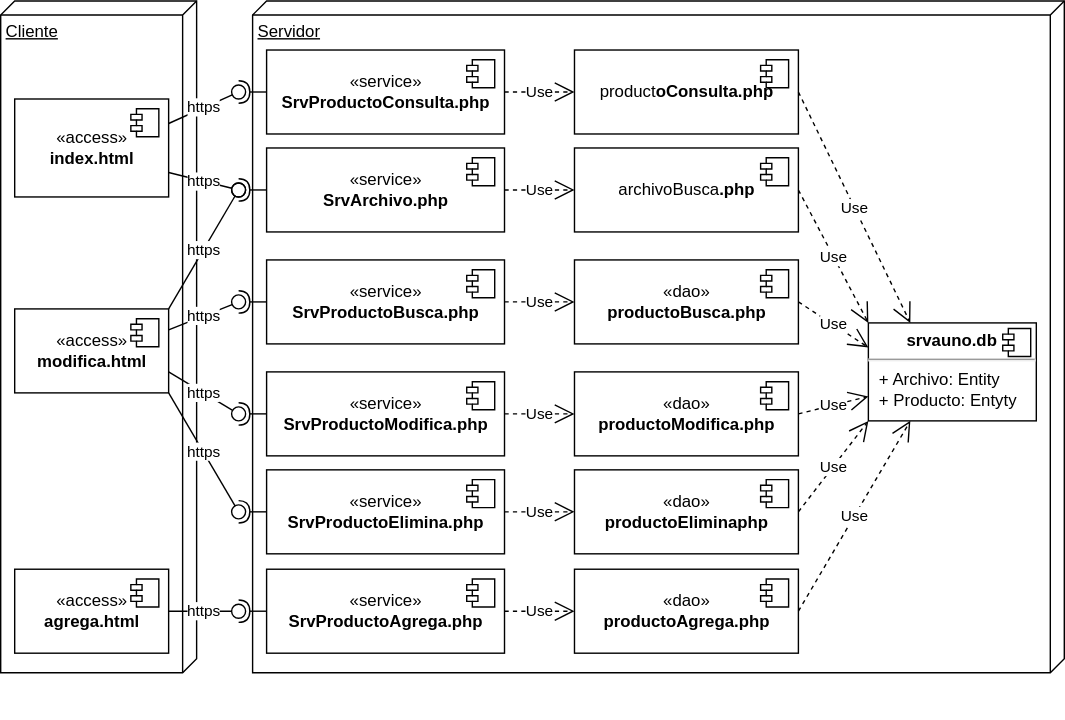
gilpgawoas/gilpgawoas.github.io keeps this draw.io diagram as img/m20archivos/archivosdeploy.drawio.svg. Above is the earlier version. Source tidied: cells renumbered, new cells last; positions are measured from the earlier drawing's top-left corner, leaving out a move shared by most shapes. Source of this version:
```xml
<mxGraphModel>
  <root>
    <mxCell id="0" />
    <mxCell id="1" parent="0" />
    <mxCell id="2" value="Cliente" style="verticalAlign=top;align=left;spacingTop=8;spacingLeft=2;spacingRight=12;shape=cube;size=10;direction=south;fontStyle=4;html=1;" parent="1" vertex="1">
      <mxGeometry width="140" height="480" as="geometry" />
    </mxCell>
    <mxCell id="3" value="Servidor" style="verticalAlign=top;align=left;spacingTop=8;spacingLeft=2;spacingRight=12;shape=cube;size=10;direction=south;fontStyle=4;html=1;" parent="1" vertex="1">
      <mxGeometry x="180" width="580" height="480" as="geometry" />
    </mxCell>
    <mxCell id="4" value="«access»&lt;br&gt;&lt;b&gt;index.html&lt;/b&gt;" style="html=1;" parent="1" vertex="1">
      <mxGeometry x="10" y="70" width="110" height="70" as="geometry" />
    </mxCell>
    <mxCell id="5" style="shape=module;jettyWidth=8;jettyHeight=4;" parent="4" vertex="1">
      <mxGeometry x="1" width="20" height="20" relative="1" as="geometry">
        <mxPoint x="-27" y="7" as="offset" />
      </mxGeometry>
    </mxCell>
    <mxCell id="6" value="«service»&lt;br&gt;&lt;b&gt;SrvProductoConsulta.php&lt;/b&gt;" style="html=1;" parent="1" vertex="1">
      <mxGeometry x="190" y="35" width="170" height="60" as="geometry" />
    </mxCell>
    <mxCell id="7" style="shape=module;jettyWidth=8;jettyHeight=4;" parent="6" vertex="1">
      <mxGeometry x="1" width="20" height="20" relative="1" as="geometry">
        <mxPoint x="-27" y="7" as="offset" />
      </mxGeometry>
    </mxCell>
    <mxCell id="8" value="«dao»&lt;br&gt;&lt;b&gt;productoAgrega.php&lt;/b&gt;" style="html=1;" parent="1" vertex="1">
      <mxGeometry x="410" y="406" width="160" height="60" as="geometry" />
    </mxCell>
    <mxCell id="9" style="shape=module;jettyWidth=8;jettyHeight=4;" parent="8" vertex="1">
      <mxGeometry x="1" width="20" height="20" relative="1" as="geometry">
        <mxPoint x="-27" y="7" as="offset" />
      </mxGeometry>
    </mxCell>
    <mxCell id="10" value="Use" style="endArrow=open;endSize=12;dashed=1;html=1;rounded=0;entryX=0;entryY=0.5;entryDx=0;entryDy=0;exitX=1;exitY=0.5;exitDx=0;exitDy=0;" parent="1" edge="1" source="6" target="26">
      <mxGeometry relative="1" as="geometry" />
    </mxCell>
    <mxCell id="11" value="Use" style="endArrow=open;endSize=12;dashed=1;html=1;rounded=0;exitX=1;exitY=0.5;exitDx=0;exitDy=0;entryX=0.25;entryY=1;entryDx=0;entryDy=0;" parent="1" edge="1" source="8" target="12">
      <mxGeometry relative="1" as="geometry" />
    </mxCell>
    <mxCell id="12" value="&lt;p style=&quot;margin:0px;margin-top:6px;text-align:center;&quot;&gt;&lt;b&gt;srvauno.db&lt;/b&gt;&lt;/p&gt;&lt;hr&gt;&lt;p style=&quot;margin:0px;margin-left:8px;&quot;&gt;+ Archivo: Entity&lt;/p&gt;&lt;p style=&quot;margin:0px;margin-left:8px;&quot;&gt;+ Producto: Entyty&lt;/p&gt;" style="align=left;overflow=fill;html=1;" parent="1" vertex="1">
      <mxGeometry x="620" y="230" width="120" height="70" as="geometry" />
    </mxCell>
    <mxCell id="13" style="shape=component;jettyWidth=8;jettyHeight=4;" parent="12" vertex="1">
      <mxGeometry x="1" width="20" height="20" relative="1" as="geometry">
        <mxPoint x="-24" y="4" as="offset" />
      </mxGeometry>
    </mxCell>
    <mxCell id="14" value="«dao»&lt;br&gt;&lt;b&gt;productoBusca.php&lt;/b&gt;" style="html=1;" parent="1" vertex="1">
      <mxGeometry x="410" y="185" width="160" height="60" as="geometry" />
    </mxCell>
    <mxCell id="15" style="shape=module;jettyWidth=8;jettyHeight=4;" parent="14" vertex="1">
      <mxGeometry x="1" width="20" height="20" relative="1" as="geometry">
        <mxPoint x="-27" y="7" as="offset" />
      </mxGeometry>
    </mxCell>
    <mxCell id="16" value="«dao»&lt;br&gt;&lt;b&gt;productoEliminaphp&lt;/b&gt;" style="html=1;" parent="1" vertex="1">
      <mxGeometry x="410" y="335" width="160" height="60" as="geometry" />
    </mxCell>
    <mxCell id="17" style="shape=module;jettyWidth=8;jettyHeight=4;" parent="16" vertex="1">
      <mxGeometry x="1" width="20" height="20" relative="1" as="geometry">
        <mxPoint x="-27" y="7" as="offset" />
      </mxGeometry>
    </mxCell>
    <mxCell id="18" value="Use" style="endArrow=open;endSize=12;dashed=1;html=1;rounded=0;exitX=1;exitY=0.5;exitDx=0;exitDy=0;entryX=0;entryY=0.25;entryDx=0;entryDy=0;" parent="1" edge="1" source="14" target="12">
      <mxGeometry relative="1" as="geometry" />
    </mxCell>
    <mxCell id="19" value="Use" style="endArrow=open;endSize=12;dashed=1;html=1;rounded=0;exitX=1;exitY=0.5;exitDx=0;exitDy=0;entryX=0;entryY=1;entryDx=0;entryDy=0;" parent="1" edge="1" source="16" target="12">
      <mxGeometry relative="1" as="geometry" />
    </mxCell>
    <mxCell id="20" value="Use" style="endArrow=open;endSize=12;dashed=1;html=1;rounded=0;entryX=0;entryY=0.5;entryDx=0;entryDy=0;exitX=1;exitY=0.5;exitDx=0;exitDy=0;" parent="1" edge="1" source="30" target="16">
      <mxGeometry relative="1" as="geometry" />
    </mxCell>
    <mxCell id="21" value="Use" style="endArrow=open;endSize=12;dashed=1;html=1;rounded=0;entryX=0;entryY=0.5;entryDx=0;entryDy=0;exitX=1;exitY=0.5;exitDx=0;exitDy=0;" parent="1" edge="1" source="32" target="8">
      <mxGeometry relative="1" as="geometry" />
    </mxCell>
    <mxCell id="22" value="«access»&lt;br&gt;&lt;b&gt;agrega.html&lt;/b&gt;" style="html=1;" parent="1" vertex="1">
      <mxGeometry x="10" y="406" width="110" height="60" as="geometry" />
    </mxCell>
    <mxCell id="23" style="shape=module;jettyWidth=8;jettyHeight=4;" parent="22" vertex="1">
      <mxGeometry x="1" width="20" height="20" relative="1" as="geometry">
        <mxPoint x="-27" y="7" as="offset" />
      </mxGeometry>
    </mxCell>
    <mxCell id="24" value="«access»&lt;br&gt;&lt;b&gt;modifica.html&lt;/b&gt;" style="html=1;" parent="1" vertex="1">
      <mxGeometry x="10" y="220" width="110" height="60" as="geometry" />
    </mxCell>
    <mxCell id="25" style="shape=module;jettyWidth=8;jettyHeight=4;" parent="24" vertex="1">
      <mxGeometry x="1" width="20" height="20" relative="1" as="geometry">
        <mxPoint x="-27" y="7" as="offset" />
      </mxGeometry>
    </mxCell>
    <mxCell id="26" value="product&lt;b&gt;oConsulta.php&lt;/b&gt;" style="html=1;" parent="1" vertex="1">
      <mxGeometry x="410" y="35" width="160" height="60" as="geometry" />
    </mxCell>
    <mxCell id="27" style="shape=module;jettyWidth=8;jettyHeight=4;" parent="26" vertex="1">
      <mxGeometry x="1" width="20" height="20" relative="1" as="geometry">
        <mxPoint x="-27" y="7" as="offset" />
      </mxGeometry>
    </mxCell>
    <mxCell id="28" value="«service»&lt;br&gt;&lt;b&gt;SrvProductoBusca&lt;/b&gt;&lt;b&gt;.php&lt;/b&gt;" style="html=1;" parent="1" vertex="1">
      <mxGeometry x="190" y="185" width="170" height="60" as="geometry" />
    </mxCell>
    <mxCell id="29" style="shape=module;jettyWidth=8;jettyHeight=4;" parent="28" vertex="1">
      <mxGeometry x="1" width="20" height="20" relative="1" as="geometry">
        <mxPoint x="-27" y="7" as="offset" />
      </mxGeometry>
    </mxCell>
    <mxCell id="30" value="«service»&lt;br&gt;&lt;b&gt;SrvProductoElimina&lt;/b&gt;&lt;b&gt;.php&lt;/b&gt;" style="html=1;" parent="1" vertex="1">
      <mxGeometry x="190" y="335" width="170" height="60" as="geometry" />
    </mxCell>
    <mxCell id="31" style="shape=module;jettyWidth=8;jettyHeight=4;" parent="30" vertex="1">
      <mxGeometry x="1" width="20" height="20" relative="1" as="geometry">
        <mxPoint x="-27" y="7" as="offset" />
      </mxGeometry>
    </mxCell>
    <mxCell id="32" value="«service»&lt;br&gt;&lt;b&gt;SrvProductoAgreg&lt;/b&gt;&lt;b&gt;a.php&lt;/b&gt;" style="html=1;" parent="1" vertex="1">
      <mxGeometry x="190" y="406" width="170" height="60" as="geometry" />
    </mxCell>
    <mxCell id="33" style="shape=module;jettyWidth=8;jettyHeight=4;" parent="32" vertex="1">
      <mxGeometry x="1" width="20" height="20" relative="1" as="geometry">
        <mxPoint x="-27" y="7" as="offset" />
      </mxGeometry>
    </mxCell>
    <mxCell id="34" value="Use" style="endArrow=open;endSize=12;dashed=1;html=1;rounded=0;entryX=0;entryY=0.5;entryDx=0;entryDy=0;exitX=1;exitY=0.5;exitDx=0;exitDy=0;" parent="1" edge="1" source="28" target="14">
      <mxGeometry relative="1" as="geometry" />
    </mxCell>
    <mxCell id="35" value="Use" style="endArrow=open;endSize=12;dashed=1;html=1;rounded=0;exitX=1;exitY=0.5;exitDx=0;exitDy=0;entryX=0.25;entryY=0;entryDx=0;entryDy=0;" parent="1" edge="1" source="26" target="12">
      <mxGeometry relative="1" as="geometry" />
    </mxCell>
    <mxCell id="36" style="rounded=0;orthogonalLoop=1;jettySize=auto;html=1;endArrow=halfCircle;endFill=0;endSize=6;strokeWidth=1;sketch=0;exitX=0;exitY=0.5;exitDx=0;exitDy=0;" parent="1" edge="1">
      <mxGeometry relative="1" as="geometry">
        <mxPoint x="160" y="505" as="sourcePoint" />
        <mxPoint x="160" y="505" as="targetPoint" />
      </mxGeometry>
    </mxCell>
    <mxCell id="37" value="«service»&lt;br&gt;&lt;b&gt;SrvProductoModifica&lt;/b&gt;&lt;b&gt;.php&lt;/b&gt;" style="html=1;" parent="1" vertex="1">
      <mxGeometry x="190" y="265" width="170" height="60" as="geometry" />
    </mxCell>
    <mxCell id="38" style="shape=module;jettyWidth=8;jettyHeight=4;" parent="37" vertex="1">
      <mxGeometry x="1" width="20" height="20" relative="1" as="geometry">
        <mxPoint x="-27" y="7" as="offset" />
      </mxGeometry>
    </mxCell>
    <mxCell id="39" value="«dao»&lt;br&gt;&lt;b&gt;productoModifica.php&lt;/b&gt;" style="html=1;" parent="1" vertex="1">
      <mxGeometry x="410" y="265" width="160" height="60" as="geometry" />
    </mxCell>
    <mxCell id="40" style="shape=module;jettyWidth=8;jettyHeight=4;" parent="39" vertex="1">
      <mxGeometry x="1" width="20" height="20" relative="1" as="geometry">
        <mxPoint x="-27" y="7" as="offset" />
      </mxGeometry>
    </mxCell>
    <mxCell id="41" value="Use" style="endArrow=open;endSize=12;dashed=1;html=1;rounded=0;exitX=1;exitY=0.5;exitDx=0;exitDy=0;entryX=0;entryY=0.75;entryDx=0;entryDy=0;" parent="1" edge="1" source="39" target="12">
      <mxGeometry relative="1" as="geometry" />
    </mxCell>
    <mxCell id="42" value="Use" style="endArrow=open;endSize=12;dashed=1;html=1;rounded=0;entryX=0;entryY=0.5;entryDx=0;entryDy=0;exitX=1;exitY=0.5;exitDx=0;exitDy=0;" parent="1" edge="1" source="37" target="39">
      <mxGeometry relative="1" as="geometry" />
    </mxCell>
    <mxCell id="43" style="ellipse;whiteSpace=wrap;html=1;align=center;fillColor=none;strokeColor=none;perimeter=centerPerimeter;" parent="1" vertex="1">
      <mxGeometry x="385" y="485" width="10" height="10" as="geometry" />
    </mxCell>
    <mxCell id="44" style="ellipse;whiteSpace=wrap;html=1;align=center;fillColor=none;strokeColor=none;perimeter=centerPerimeter;" parent="1" vertex="1">
      <mxGeometry x="385" y="485" width="10" height="10" as="geometry" />
    </mxCell>
    <mxCell id="45" style="ellipse;whiteSpace=wrap;html=1;align=center;fillColor=none;strokeColor=none;perimeter=centerPerimeter;" parent="1" vertex="1">
      <mxGeometry x="385" y="485" width="10" height="10" as="geometry" />
    </mxCell>
    <mxCell id="46" style="ellipse;whiteSpace=wrap;html=1;align=center;fillColor=none;strokeColor=none;perimeter=centerPerimeter;" parent="1" vertex="1">
      <mxGeometry x="385" y="485" width="10" height="10" as="geometry" />
    </mxCell>
    <mxCell id="47" style="ellipse;whiteSpace=wrap;html=1;align=center;fillColor=none;strokeColor=none;perimeter=centerPerimeter;" parent="1" vertex="1">
      <mxGeometry x="385" y="485" width="10" height="10" as="geometry" />
    </mxCell>
    <mxCell id="48" value="«service»&lt;br&gt;&lt;b&gt;SrvArchivo.php&lt;/b&gt;" style="html=1;" parent="1" vertex="1">
      <mxGeometry x="190" y="105" width="170" height="60" as="geometry" />
    </mxCell>
    <mxCell id="49" style="shape=module;jettyWidth=8;jettyHeight=4;" parent="48" vertex="1">
      <mxGeometry x="1" width="20" height="20" relative="1" as="geometry">
        <mxPoint x="-27" y="7" as="offset" />
      </mxGeometry>
    </mxCell>
    <mxCell id="50" value="archivoBusca&lt;b&gt;.php&lt;/b&gt;" style="html=1;" parent="1" vertex="1">
      <mxGeometry x="410" y="105" width="160" height="60" as="geometry" />
    </mxCell>
    <mxCell id="51" style="shape=module;jettyWidth=8;jettyHeight=4;" parent="50" vertex="1">
      <mxGeometry x="1" width="20" height="20" relative="1" as="geometry">
        <mxPoint x="-27" y="7" as="offset" />
      </mxGeometry>
    </mxCell>
    <mxCell id="52" value="Use" style="endArrow=open;endSize=12;dashed=1;html=1;rounded=0;entryX=0;entryY=0.5;entryDx=0;entryDy=0;exitX=1;exitY=0.5;exitDx=0;exitDy=0;" parent="1" edge="1" source="48" target="50">
      <mxGeometry relative="1" as="geometry" />
    </mxCell>
    <mxCell id="53" value="Use" style="endArrow=open;endSize=12;dashed=1;html=1;rounded=0;exitX=1;exitY=0.5;exitDx=0;exitDy=0;entryX=0;entryY=0;entryDx=0;entryDy=0;" parent="1" edge="1" source="50" target="12">
      <mxGeometry relative="1" as="geometry" />
    </mxCell>
    <mxCell id="54" style="rounded=0;jettySize=auto;html=1;endArrow=halfCircle;endFill=0;endSize=6;strokeWidth=1;sketch=0;exitX=0;exitY=0.5;exitDx=0;exitDy=0;" parent="1" edge="1" source="6" target="56">
      <mxGeometry relative="1" as="geometry" />
    </mxCell>
    <mxCell id="55" value="https" style="rounded=0;jettySize=auto;html=1;endArrow=oval;endFill=0;sketch=0;sourcePerimeterSpacing=0;targetPerimeterSpacing=0;endSize=10;exitX=1;exitY=0.25;exitDx=0;exitDy=0;" parent="1" edge="1" source="4" target="56">
      <mxGeometry relative="1" as="geometry" />
    </mxCell>
    <mxCell id="56" style="ellipse;whiteSpace=wrap;html=1;align=center;fillColor=none;strokeColor=none;perimeter=centerPerimeter;points=[];outlineConnect=1;" parent="1" vertex="1">
      <mxGeometry x="165" y="60" width="10" height="10" as="geometry" />
    </mxCell>
    <mxCell id="57" style="rounded=0;jettySize=auto;html=1;endArrow=halfCircle;endFill=0;endSize=6;strokeWidth=1;sketch=0;" parent="1" edge="1" target="59">
      <mxGeometry relative="1" as="geometry">
        <mxPoint x="190" y="135" as="sourcePoint" />
      </mxGeometry>
    </mxCell>
    <mxCell id="58" value="https" style="rounded=0;jettySize=auto;html=1;endArrow=oval;endFill=0;sketch=0;sourcePerimeterSpacing=0;targetPerimeterSpacing=0;endSize=10;exitX=1;exitY=0.75;exitDx=0;exitDy=0;" parent="1" edge="1" source="4" target="59">
      <mxGeometry relative="1" as="geometry" />
    </mxCell>
    <mxCell id="59" style="ellipse;whiteSpace=wrap;html=1;align=center;fillColor=none;strokeColor=none;perimeter=centerPerimeter;points=[];outlineConnect=1;" parent="1" vertex="1">
      <mxGeometry x="165" y="130" width="10" height="10" as="geometry" />
    </mxCell>
    <mxCell id="60" value="https" style="rounded=0;jettySize=auto;html=1;endArrow=oval;endFill=0;sketch=0;sourcePerimeterSpacing=0;targetPerimeterSpacing=0;endSize=10;exitX=1;exitY=0;exitDx=0;exitDy=0;entryX=0.6;entryY=1.1;entryDx=0;entryDy=0;entryPerimeter=0;" parent="1" edge="1" source="24" target="59">
      <mxGeometry relative="1" as="geometry" />
    </mxCell>
    <mxCell id="61" style="rounded=0;jettySize=auto;html=1;endArrow=halfCircle;endFill=0;endSize=6;strokeWidth=1;sketch=0;" parent="1" edge="1" target="63">
      <mxGeometry relative="1" as="geometry">
        <mxPoint x="190" y="215" as="sourcePoint" />
      </mxGeometry>
    </mxCell>
    <mxCell id="62" value="https" style="rounded=0;jettySize=auto;html=1;endArrow=oval;endFill=0;sketch=0;sourcePerimeterSpacing=0;targetPerimeterSpacing=0;endSize=10;exitX=1;exitY=0.25;exitDx=0;exitDy=0;" parent="1" edge="1" source="24" target="63">
      <mxGeometry relative="1" as="geometry" />
    </mxCell>
    <mxCell id="63" style="ellipse;whiteSpace=wrap;html=1;align=center;fillColor=none;strokeColor=none;perimeter=centerPerimeter;points=[];outlineConnect=1;" parent="1" vertex="1">
      <mxGeometry x="165" y="210" width="10" height="10" as="geometry" />
    </mxCell>
    <mxCell id="64" style="rounded=0;jettySize=auto;html=1;endArrow=halfCircle;endFill=0;endSize=6;strokeWidth=1;sketch=0;" parent="1" edge="1" target="66">
      <mxGeometry relative="1" as="geometry">
        <mxPoint x="190" y="295" as="sourcePoint" />
      </mxGeometry>
    </mxCell>
    <mxCell id="65" value="https" style="rounded=0;jettySize=auto;html=1;endArrow=oval;endFill=0;sketch=0;sourcePerimeterSpacing=0;targetPerimeterSpacing=0;endSize=10;exitX=1;exitY=0.75;exitDx=0;exitDy=0;" parent="1" edge="1" source="24" target="66">
      <mxGeometry relative="1" as="geometry" />
    </mxCell>
    <mxCell id="66" style="ellipse;whiteSpace=wrap;html=1;align=center;fillColor=none;strokeColor=none;perimeter=centerPerimeter;points=[];outlineConnect=1;" parent="1" vertex="1">
      <mxGeometry x="165" y="290" width="10" height="10" as="geometry" />
    </mxCell>
    <mxCell id="67" style="rounded=0;jettySize=auto;html=1;endArrow=halfCircle;endFill=0;endSize=6;strokeWidth=1;sketch=0;" parent="1" edge="1" target="69">
      <mxGeometry relative="1" as="geometry">
        <mxPoint x="190" y="365" as="sourcePoint" />
      </mxGeometry>
    </mxCell>
    <mxCell id="68" value="https" style="rounded=0;jettySize=auto;html=1;endArrow=oval;endFill=0;sketch=0;sourcePerimeterSpacing=0;targetPerimeterSpacing=0;endSize=10;exitX=1;exitY=1;exitDx=0;exitDy=0;" parent="1" edge="1" source="24" target="69">
      <mxGeometry relative="1" as="geometry" />
    </mxCell>
    <mxCell id="69" style="ellipse;whiteSpace=wrap;html=1;align=center;fillColor=none;strokeColor=none;perimeter=centerPerimeter;points=[];outlineConnect=1;" parent="1" vertex="1">
      <mxGeometry x="165" y="360" width="10" height="10" as="geometry" />
    </mxCell>
    <mxCell id="70" style="rounded=0;jettySize=auto;html=1;endArrow=halfCircle;endFill=0;endSize=6;strokeWidth=1;sketch=0;" parent="1" edge="1" target="72">
      <mxGeometry relative="1" as="geometry">
        <mxPoint x="190" y="436" as="sourcePoint" />
      </mxGeometry>
    </mxCell>
    <mxCell id="71" value="https" style="rounded=0;jettySize=auto;html=1;endArrow=oval;endFill=0;sketch=0;sourcePerimeterSpacing=0;targetPerimeterSpacing=0;endSize=10;exitX=1;exitY=0.5;exitDx=0;exitDy=0;" parent="1" edge="1" source="22" target="72">
      <mxGeometry relative="1" as="geometry" />
    </mxCell>
    <mxCell id="72" style="ellipse;whiteSpace=wrap;html=1;align=center;fillColor=none;strokeColor=none;perimeter=centerPerimeter;points=[];outlineConnect=1;" parent="1" vertex="1">
      <mxGeometry x="165" y="431" width="10" height="10" as="geometry" />
    </mxCell>
  </root>
</mxGraphModel>
```
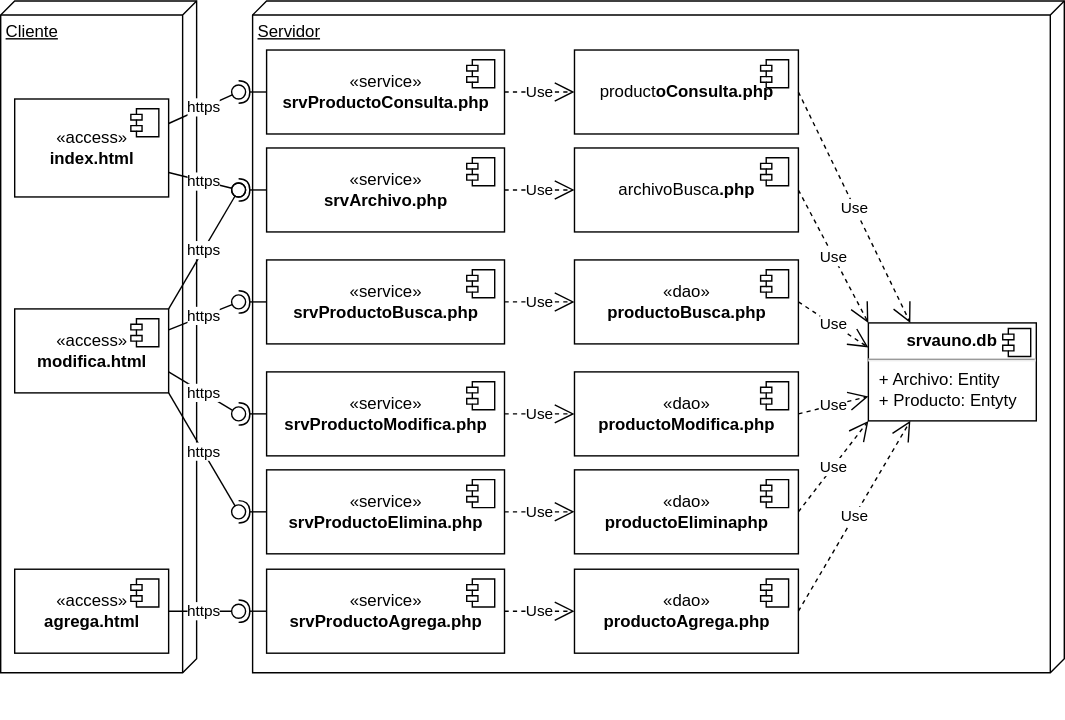
After the commit.

What changed in the source:
```diff
@@ -16,7 +16,7 @@
         <mxPoint x="-27" y="7" as="offset" />
       </mxGeometry>
     </mxCell>
-    <mxCell id="6" value="«service»&lt;br&gt;&lt;b&gt;SrvProductoConsulta.php&lt;/b&gt;" style="html=1;" parent="1" vertex="1">
+    <mxCell id="6" value="«service»&lt;br&gt;&lt;b&gt;srvProductoConsulta.php&lt;/b&gt;" style="html=1;" parent="1" vertex="1">
       <mxGeometry x="190" y="35" width="170" height="60" as="geometry" />
     </mxCell>
     <mxCell id="7" style="shape=module;jettyWidth=8;jettyHeight=4;" parent="6" vertex="1">
@@ -98,7 +98,7 @@
         <mxPoint x="-27" y="7" as="offset" />
       </mxGeometry>
     </mxCell>
-    <mxCell id="28" value="«service»&lt;br&gt;&lt;b&gt;SrvProductoBusca&lt;/b&gt;&lt;b&gt;.php&lt;/b&gt;" style="html=1;" parent="1" vertex="1">
+    <mxCell id="28" value="«service»&lt;br&gt;&lt;b&gt;srvProductoBusca&lt;/b&gt;&lt;b&gt;.php&lt;/b&gt;" style="html=1;" parent="1" vertex="1">
       <mxGeometry x="190" y="185" width="170" height="60" as="geometry" />
     </mxCell>
     <mxCell id="29" style="shape=module;jettyWidth=8;jettyHeight=4;" parent="28" vertex="1">
@@ -106,7 +106,7 @@
         <mxPoint x="-27" y="7" as="offset" />
       </mxGeometry>
     </mxCell>
-    <mxCell id="30" value="«service»&lt;br&gt;&lt;b&gt;SrvProductoElimina&lt;/b&gt;&lt;b&gt;.php&lt;/b&gt;" style="html=1;" parent="1" vertex="1">
+    <mxCell id="30" value="«service»&lt;br&gt;&lt;b&gt;srvProductoElimina&lt;/b&gt;&lt;b&gt;.php&lt;/b&gt;" style="html=1;" parent="1" vertex="1">
       <mxGeometry x="190" y="335" width="170" height="60" as="geometry" />
     </mxCell>
     <mxCell id="31" style="shape=module;jettyWidth=8;jettyHeight=4;" parent="30" vertex="1">
@@ -114,7 +114,7 @@
         <mxPoint x="-27" y="7" as="offset" />
       </mxGeometry>
     </mxCell>
-    <mxCell id="32" value="«service»&lt;br&gt;&lt;b&gt;SrvProductoAgreg&lt;/b&gt;&lt;b&gt;a.php&lt;/b&gt;" style="html=1;" parent="1" vertex="1">
+    <mxCell id="32" value="«service»&lt;br&gt;&lt;b&gt;srvProductoAgreg&lt;/b&gt;&lt;b&gt;a.php&lt;/b&gt;" style="html=1;" parent="1" vertex="1">
       <mxGeometry x="190" y="406" width="170" height="60" as="geometry" />
     </mxCell>
     <mxCell id="33" style="shape=module;jettyWidth=8;jettyHeight=4;" parent="32" vertex="1">
@@ -134,7 +134,7 @@
         <mxPoint x="160" y="505" as="targetPoint" />
       </mxGeometry>
     </mxCell>
-    <mxCell id="37" value="«service»&lt;br&gt;&lt;b&gt;SrvProductoModifica&lt;/b&gt;&lt;b&gt;.php&lt;/b&gt;" style="html=1;" parent="1" vertex="1">
+    <mxCell id="37" value="«service»&lt;br&gt;&lt;b&gt;srvProductoModifica&lt;/b&gt;&lt;b&gt;.php&lt;/b&gt;" style="html=1;" parent="1" vertex="1">
       <mxGeometry x="190" y="265" width="170" height="60" as="geometry" />
     </mxCell>
     <mxCell id="38" style="shape=module;jettyWidth=8;jettyHeight=4;" parent="37" vertex="1">
@@ -171,7 +171,7 @@
     <mxCell id="47" style="ellipse;whiteSpace=wrap;html=1;align=center;fillColor=none;strokeColor=none;perimeter=centerPerimeter;" parent="1" vertex="1">
       <mxGeometry x="385" y="485" width="10" height="10" as="geometry" />
     </mxCell>
-    <mxCell id="48" value="«service»&lt;br&gt;&lt;b&gt;SrvArchivo.php&lt;/b&gt;" style="html=1;" parent="1" vertex="1">
+    <mxCell id="48" value="«service»&lt;br&gt;&lt;b&gt;srvArchivo.php&lt;/b&gt;" style="html=1;" parent="1" vertex="1">
       <mxGeometry x="190" y="105" width="170" height="60" as="geometry" />
     </mxCell>
     <mxCell id="49" style="shape=module;jettyWidth=8;jettyHeight=4;" parent="48" vertex="1">
```
